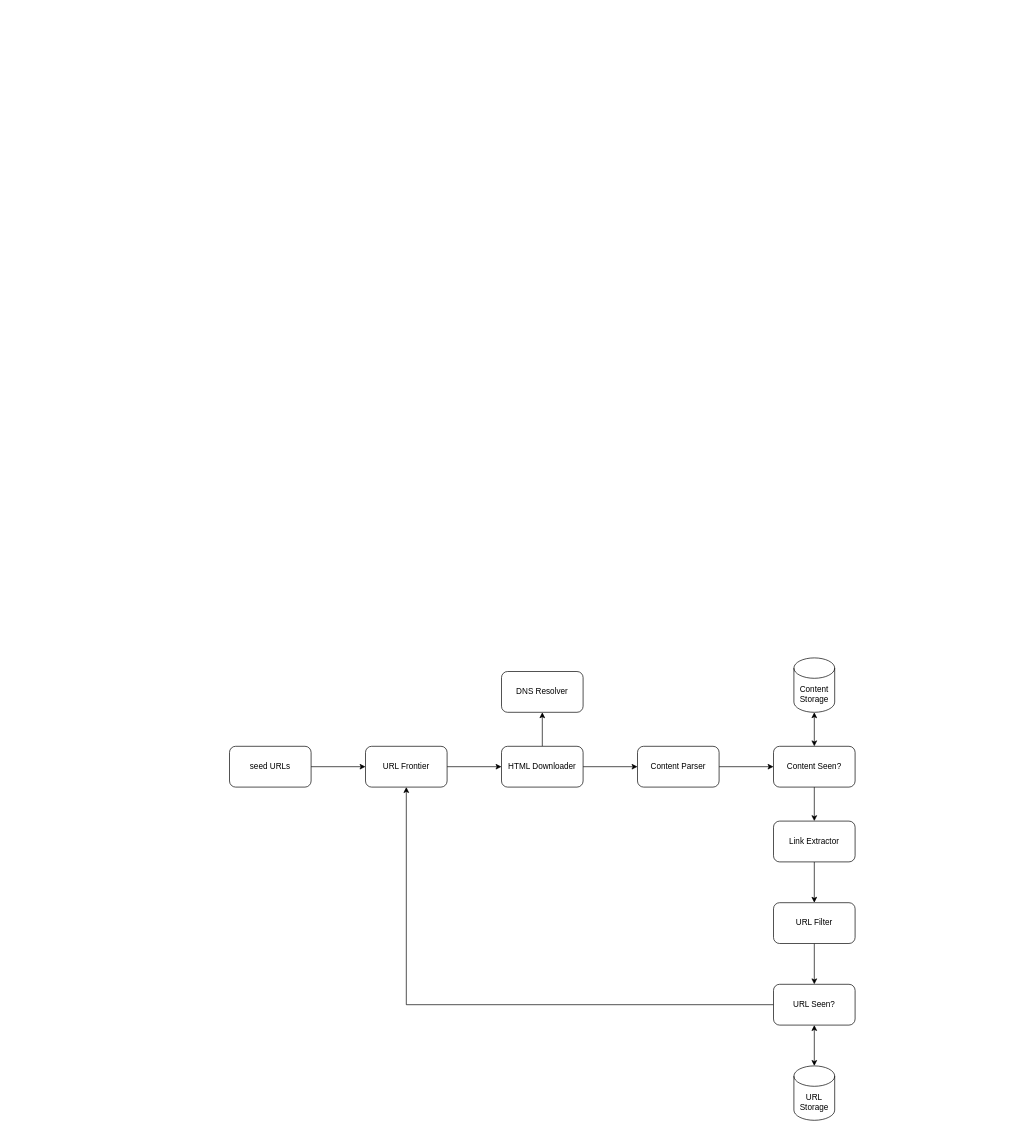
Above: web_crawler.drawio in da0p/diagram-notes (draw.io), before the change. Source tidied: cells renumbered, new cells numbered last; positions are measured from the earlier drawing's top-left corner, leaving out a move shared by most shapes. Both pictures are drawn from the tidied source at 68%, with x=0, y=0 at pixel (229, 658).
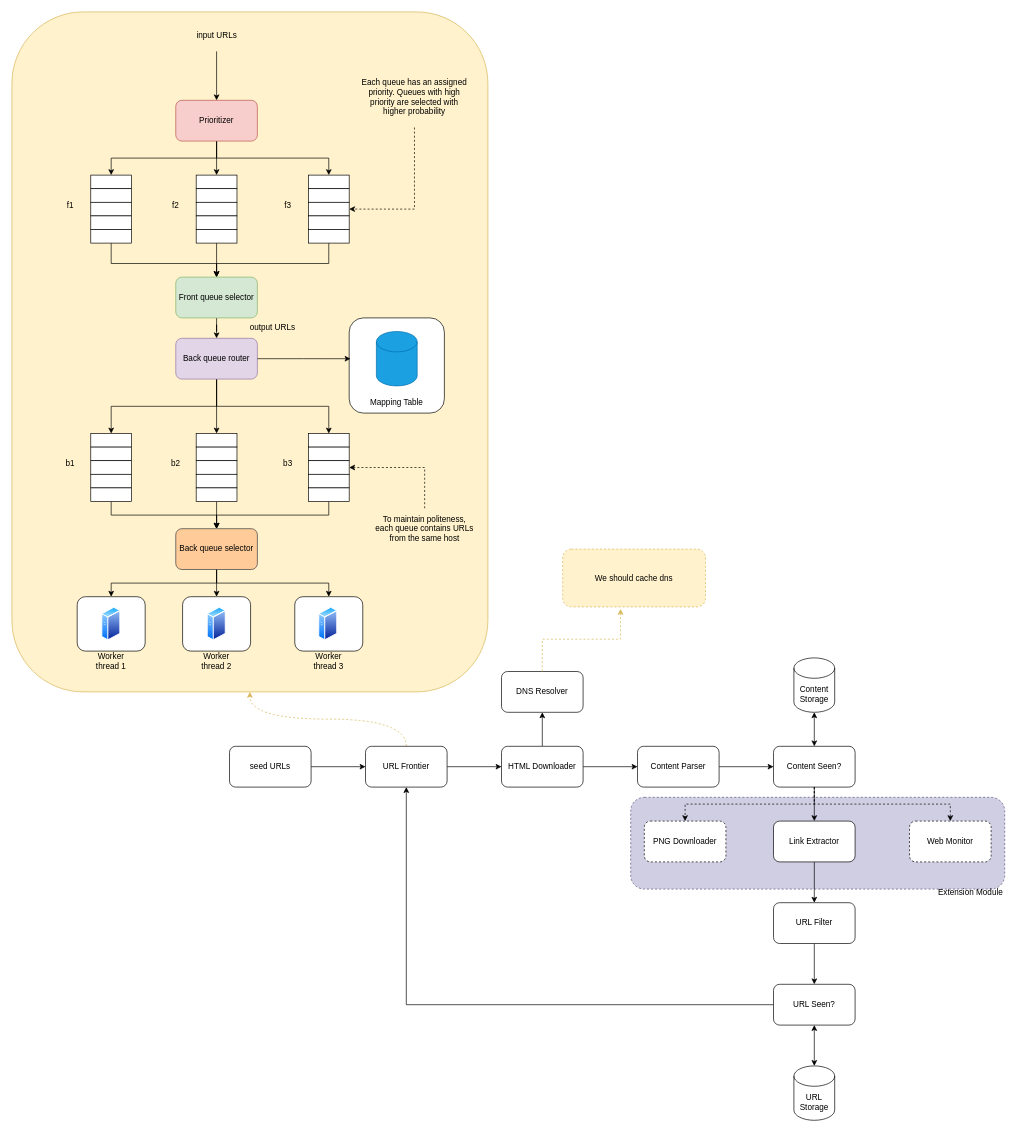
After the change.

The change refers to these unchanged cells:
```xml
<mxCell id="5" value="URL Frontier" style="rounded=1;whiteSpace=wrap;html=1;" parent="1" vertex="1">
  <mxGeometry x="200" y="130" width="120" height="60" as="geometry" />
</mxCell>
<mxCell id="12" value="Content Seen?" style="rounded=1;whiteSpace=wrap;html=1;" parent="1" vertex="1">
  <mxGeometry x="800" y="130" width="120" height="60" as="geometry" />
</mxCell>
<mxCell id="13" value="DNS Resolver" style="rounded=1;whiteSpace=wrap;html=1;" parent="1" vertex="1">
  <mxGeometry x="400" y="20" width="120" height="60" as="geometry" />
</mxCell>
```

Diff of the diagram source:
```diff
@@
+    <mxCell id="24" style="rounded=1;whiteSpace=wrap;html=1;fillColor=#d0cee2;strokeColor=#56517e;dashed=1;" parent="1" vertex="1">
+      <mxGeometry x="590" y="205" width="550" height="135" as="geometry" />
+    </mxCell>
+    <mxCell id="25" style="rounded=1;whiteSpace=wrap;html=1;fillColor=#fff2cc;strokeColor=#d6b656;fillStyle=auto;" parent="1" vertex="1">
+      <mxGeometry x="-320" y="-950" width="700" height="1000" as="geometry" />
+    </mxCell>
+    <mxCell id="26" style="rounded=1;whiteSpace=wrap;html=1;" parent="1" vertex="1">
+      <mxGeometry x="96" y="-90" width="100" height="80" as="geometry" />
+    </mxCell>
+    <mxCell id="27" style="rounded=1;whiteSpace=wrap;html=1;" parent="1" vertex="1">
+      <mxGeometry x="-69" y="-90" width="100" height="80" as="geometry" />
+    </mxCell>
+    <mxCell id="28" style="rounded=1;whiteSpace=wrap;html=1;" parent="1" vertex="1">
+      <mxGeometry x="-224" y="-90" width="100" height="80" as="geometry" />
+    </mxCell>
+    <mxCell id="29" style="rounded=1;whiteSpace=wrap;html=1;" parent="1" vertex="1">
+      <mxGeometry x="176" y="-500" width="140" height="140" as="geometry" />
+    </mxCell>
@@
+    <mxCell id="30" style="edgeStyle=orthogonalEdgeStyle;rounded=0;jettySize=auto;html=1;exitX=0.5;exitY=0;exitDx=0;exitDy=0;entryX=0.5;entryY=1;entryDx=0;entryDy=0;dashed=1;curved=1;fillColor=#fff2cc;strokeColor=#d6b656;" parent="1" edge="1" source="5" target="25">
+      <mxGeometry relative="1" as="geometry" />
+    </mxCell>
@@
+    <mxCell id="31" style="edgeStyle=orthogonalEdgeStyle;rounded=0;jettySize=auto;html=1;exitX=0.5;exitY=1;exitDx=0;exitDy=0;entryX=0.5;entryY=0;entryDx=0;entryDy=0;dashed=1;" parent="1" edge="1" source="12" target="107">
+      <mxGeometry relative="1" as="geometry" />
+    </mxCell>
+    <mxCell id="32" style="edgeStyle=orthogonalEdgeStyle;rounded=0;jettySize=auto;html=1;exitX=0.5;exitY=1;exitDx=0;exitDy=0;entryX=0.5;entryY=0;entryDx=0;entryDy=0;dashed=1;" parent="1" edge="1" source="12" target="108">
+      <mxGeometry relative="1" as="geometry" />
+    </mxCell>
@@
+    <mxCell id="33" style="edgeStyle=orthogonalEdgeStyle;rounded=0;jettySize=auto;html=1;exitX=0.5;exitY=1;exitDx=0;exitDy=0;entryX=0.5;entryY=0;entryDx=0;entryDy=0;" parent="1" edge="1" source="36" target="39">
+      <mxGeometry relative="1" as="geometry" />
+    </mxCell>
+    <mxCell id="34" style="edgeStyle=orthogonalEdgeStyle;rounded=0;jettySize=auto;html=1;exitX=0.5;exitY=1;exitDx=0;exitDy=0;entryX=0.5;entryY=0;entryDx=0;entryDy=0;" parent="1" edge="1" source="36" target="51">
+      <mxGeometry relative="1" as="geometry" />
+    </mxCell>
+    <mxCell id="35" style="edgeStyle=orthogonalEdgeStyle;rounded=0;jettySize=auto;html=1;exitX=0.5;exitY=1;exitDx=0;exitDy=0;entryX=0.5;entryY=0;entryDx=0;entryDy=0;" parent="1" edge="1" source="36" target="45">
+      <mxGeometry relative="1" as="geometry" />
+    </mxCell>
+    <mxCell id="36" value="Prioritizer" style="rounded=1;whiteSpace=wrap;html=1;fillColor=#f8cecc;strokeColor=#b85450;" parent="1" vertex="1">
+      <mxGeometry x="-79" y="-820" width="120" height="60" as="geometry" />
+    </mxCell>
+    <mxCell id="37" style="endArrow=classic;html=1;rounded=0;entryX=0.5;entryY=0;entryDx=0;entryDy=0;exitX=0.5;exitY=0.189;exitDx=0;exitDy=0;exitPerimeter=0;" parent="1" edge="1" target="36">
+      <mxGeometry relative="1" as="geometry">
+        <mxPoint x="-19" y="-892" as="sourcePoint" />
+      </mxGeometry>
+    </mxCell>
+    <mxCell id="38" value="input URLs" style="text;html=1;align=center;verticalAlign=middle;whiteSpace=wrap;rounded=0;" parent="1" vertex="1">
+      <mxGeometry x="-61.5" y="-930" width="85" height="30" as="geometry" />
+    </mxCell>
+    <mxCell id="39" style="rounded=0;whiteSpace=wrap;html=1;" parent="1" vertex="1">
+      <mxGeometry x="-49" y="-710" width="60" height="20" as="geometry" />
+    </mxCell>
+    <mxCell id="40" style="rounded=0;whiteSpace=wrap;html=1;" parent="1" vertex="1">
+      <mxGeometry x="-49" y="-690" width="60" height="20" as="geometry" />
+    </mxCell>
+    <mxCell id="41" style="rounded=0;whiteSpace=wrap;html=1;" parent="1" vertex="1">
+      <mxGeometry x="-49" y="-670" width="60" height="20" as="geometry" />
+    </mxCell>
+    <mxCell id="42" style="rounded=0;whiteSpace=wrap;html=1;" parent="1" vertex="1">
+      <mxGeometry x="-49" y="-650" width="60" height="20" as="geometry" />
+    </mxCell>
+    <mxCell id="43" style="edgeStyle=orthogonalEdgeStyle;rounded=0;jettySize=auto;html=1;" parent="1" edge="1" source="44" target="61">
+      <mxGeometry relative="1" as="geometry" />
+    </mxCell>
+    <mxCell id="44" style="rounded=0;whiteSpace=wrap;html=1;" parent="1" vertex="1">
+      <mxGeometry x="-49" y="-630" width="60" height="20" as="geometry" />
+    </mxCell>
+    <mxCell id="45" style="rounded=0;whiteSpace=wrap;html=1;" parent="1" vertex="1">
+      <mxGeometry x="116" y="-710" width="60" height="20" as="geometry" />
+    </mxCell>
+    <mxCell id="46" style="rounded=0;whiteSpace=wrap;html=1;" parent="1" vertex="1">
+      <mxGeometry x="116" y="-690" width="60" height="20" as="geometry" />
+    </mxCell>
+    <mxCell id="47" style="rounded=0;whiteSpace=wrap;html=1;" parent="1" vertex="1">
+      <mxGeometry x="116" y="-670" width="60" height="20" as="geometry" />
+    </mxCell>
+    <mxCell id="48" style="rounded=0;whiteSpace=wrap;html=1;" parent="1" vertex="1">
+      <mxGeometry x="116" y="-650" width="60" height="20" as="geometry" />
+    </mxCell>
+    <mxCell id="49" style="edgeStyle=orthogonalEdgeStyle;rounded=0;jettySize=auto;html=1;entryX=0.5;entryY=0;entryDx=0;entryDy=0;" parent="1" edge="1" source="50" target="61">
+      <mxGeometry relative="1" as="geometry">
+        <Array as="points">
+          <mxPoint x="146" y="-580" />
+          <mxPoint x="-19" y="-580" />
+        </Array>
+      </mxGeometry>
+    </mxCell>
+    <mxCell id="50" style="rounded=0;whiteSpace=wrap;html=1;" parent="1" vertex="1">
+      <mxGeometry x="116" y="-630" width="60" height="20" as="geometry" />
+    </mxCell>
+    <mxCell id="51" style="rounded=0;whiteSpace=wrap;html=1;" parent="1" vertex="1">
+      <mxGeometry x="-204" y="-710" width="60" height="20" as="geometry" />
+    </mxCell>
+    <mxCell id="52" style="rounded=0;whiteSpace=wrap;html=1;" parent="1" vertex="1">
+      <mxGeometry x="-204" y="-690" width="60" height="20" as="geometry" />
+    </mxCell>
+    <mxCell id="53" style="rounded=0;whiteSpace=wrap;html=1;" parent="1" vertex="1">
+      <mxGeometry x="-204" y="-670" width="60" height="20" as="geometry" />
+    </mxCell>
+    <mxCell id="54" style="rounded=0;whiteSpace=wrap;html=1;" parent="1" vertex="1">
+      <mxGeometry x="-204" y="-650" width="60" height="20" as="geometry" />
+    </mxCell>
+    <mxCell id="55" style="edgeStyle=orthogonalEdgeStyle;rounded=0;jettySize=auto;html=1;exitX=0.5;exitY=1;exitDx=0;exitDy=0;entryX=0.5;entryY=0;entryDx=0;entryDy=0;" parent="1" edge="1" source="56" target="61">
+      <mxGeometry relative="1" as="geometry">
+        <Array as="points">
+          <mxPoint x="-174" y="-580" />
+          <mxPoint x="-19" y="-580" />
+        </Array>
+      </mxGeometry>
+    </mxCell>
+    <mxCell id="56" style="rounded=0;whiteSpace=wrap;html=1;" parent="1" vertex="1">
+      <mxGeometry x="-204" y="-630" width="60" height="20" as="geometry" />
+    </mxCell>
+    <mxCell id="57" value="f1" style="text;html=1;align=center;verticalAlign=middle;whiteSpace=wrap;rounded=0;" parent="1" vertex="1">
+      <mxGeometry x="-264" y="-680" width="60" height="30" as="geometry" />
+    </mxCell>
+    <mxCell id="58" value="f2" style="text;html=1;align=center;verticalAlign=middle;whiteSpace=wrap;rounded=0;" parent="1" vertex="1">
+      <mxGeometry x="-109" y="-680" width="60" height="30" as="geometry" />
+    </mxCell>
+    <mxCell id="59" value="f3" style="text;html=1;align=center;verticalAlign=middle;whiteSpace=wrap;rounded=0;" parent="1" vertex="1">
+      <mxGeometry x="56" y="-680" width="60" height="30" as="geometry" />
+    </mxCell>
+    <mxCell id="60" style="edgeStyle=orthogonalEdgeStyle;rounded=0;jettySize=auto;html=1;" parent="1" edge="1" source="61" target="65">
+      <mxGeometry relative="1" as="geometry" />
+    </mxCell>
+    <mxCell id="61" value="Front queue selector" style="rounded=1;whiteSpace=wrap;html=1;fillColor=#d5e8d4;strokeColor=#82b366;" parent="1" vertex="1">
+      <mxGeometry x="-79" y="-560" width="120" height="60" as="geometry" />
+    </mxCell>
+    <mxCell id="62" style="edgeStyle=orthogonalEdgeStyle;rounded=0;jettySize=auto;html=1;exitX=0.5;exitY=1;exitDx=0;exitDy=0;entryX=0.5;entryY=0;entryDx=0;entryDy=0;" parent="1" edge="1" source="65" target="82">
+      <mxGeometry relative="1" as="geometry" />
+    </mxCell>
+    <mxCell id="63" style="edgeStyle=orthogonalEdgeStyle;rounded=0;jettySize=auto;html=1;exitX=0.5;exitY=1;exitDx=0;exitDy=0;entryX=0.5;entryY=0;entryDx=0;entryDy=0;" parent="1" edge="1" source="65" target="70">
+      <mxGeometry relative="1" as="geometry" />
+    </mxCell>
+    <mxCell id="64" style="edgeStyle=orthogonalEdgeStyle;rounded=0;jettySize=auto;html=1;exitX=0.5;exitY=1;exitDx=0;exitDy=0;entryX=0.5;entryY=0;entryDx=0;entryDy=0;" parent="1" edge="1" source="65" target="76">
+      <mxGeometry relative="1" as="geometry" />
+    </mxCell>
+    <mxCell id="65" value="Back queue router" style="rounded=1;whiteSpace=wrap;html=1;fillColor=#e1d5e7;strokeColor=#9673a6;" parent="1" vertex="1">
+      <mxGeometry x="-79" y="-470" width="120" height="60" as="geometry" />
+    </mxCell>
+    <mxCell id="66" value="output URLs" style="text;html=1;align=center;verticalAlign=middle;whiteSpace=wrap;rounded=0;" parent="1" vertex="1">
+      <mxGeometry x="11" y="-500" width="105" height="30" as="geometry" />
+    </mxCell>
+    <mxCell id="67" style="shape=cylinder3;whiteSpace=wrap;html=1;boundedLbl=1;backgroundOutline=1;size=15;fillColor=#1ba1e2;fontColor=#ffffff;strokeColor=#006EAF;" parent="1" vertex="1">
+      <mxGeometry x="216" y="-480" width="60" height="80" as="geometry" />
+    </mxCell>
+    <mxCell id="68" value="Mapping Table" style="text;html=1;align=center;verticalAlign=middle;whiteSpace=wrap;rounded=0;" parent="1" vertex="1">
+      <mxGeometry x="201" y="-390" width="90" height="30" as="geometry" />
+    </mxCell>
+    <mxCell id="69" style="edgeStyle=orthogonalEdgeStyle;rounded=0;jettySize=auto;html=1;exitX=1;exitY=0.5;exitDx=0;exitDy=0;entryX=0.014;entryY=0.429;entryDx=0;entryDy=0;entryPerimeter=0;" parent="1" edge="1" source="65" target="29">
+      <mxGeometry relative="1" as="geometry" />
+    </mxCell>
+    <mxCell id="70" style="rounded=0;whiteSpace=wrap;html=1;" parent="1" vertex="1">
+      <mxGeometry x="-49" y="-330" width="60" height="20" as="geometry" />
+    </mxCell>
+    <mxCell id="71" style="rounded=0;whiteSpace=wrap;html=1;" parent="1" vertex="1">
+      <mxGeometry x="-49" y="-310" width="60" height="20" as="geometry" />
+    </mxCell>
+    <mxCell id="72" style="rounded=0;whiteSpace=wrap;html=1;" parent="1" vertex="1">
+      <mxGeometry x="-49" y="-290" width="60" height="20" as="geometry" />
+    </mxCell>
+    <mxCell id="73" style="rounded=0;whiteSpace=wrap;html=1;" parent="1" vertex="1">
+      <mxGeometry x="-49" y="-270" width="60" height="20" as="geometry" />
+    </mxCell>
+    <mxCell id="74" style="edgeStyle=orthogonalEdgeStyle;rounded=0;jettySize=auto;html=1;exitX=0.5;exitY=1;exitDx=0;exitDy=0;entryX=0.5;entryY=0;entryDx=0;entryDy=0;" parent="1" edge="1" source="75" target="93">
+      <mxGeometry relative="1" as="geometry" />
+    </mxCell>
+    <mxCell id="75" style="rounded=0;whiteSpace=wrap;html=1;" parent="1" vertex="1">
+      <mxGeometry x="-49" y="-250" width="60" height="20" as="geometry" />
+    </mxCell>
+    <mxCell id="76" style="rounded=0;whiteSpace=wrap;html=1;" parent="1" vertex="1">
+      <mxGeometry x="116" y="-330" width="60" height="20" as="geometry" />
+    </mxCell>
+    <mxCell id="77" style="rounded=0;whiteSpace=wrap;html=1;" parent="1" vertex="1">
+      <mxGeometry x="116" y="-310" width="60" height="20" as="geometry" />
+    </mxCell>
+    <mxCell id="78" style="rounded=0;whiteSpace=wrap;html=1;" parent="1" vertex="1">
+      <mxGeometry x="116" y="-290" width="60" height="20" as="geometry" />
+    </mxCell>
+    <mxCell id="79" style="rounded=0;whiteSpace=wrap;html=1;" parent="1" vertex="1">
+      <mxGeometry x="116" y="-270" width="60" height="20" as="geometry" />
+    </mxCell>
+    <mxCell id="80" style="edgeStyle=orthogonalEdgeStyle;rounded=0;jettySize=auto;html=1;exitX=0.5;exitY=1;exitDx=0;exitDy=0;entryX=0.5;entryY=0;entryDx=0;entryDy=0;" parent="1" edge="1" source="81" target="93">
+      <mxGeometry relative="1" as="geometry" />
+    </mxCell>
+    <mxCell id="81" style="rounded=0;whiteSpace=wrap;html=1;" parent="1" vertex="1">
+      <mxGeometry x="116" y="-250" width="60" height="20" as="geometry" />
+    </mxCell>
+    <mxCell id="82" style="rounded=0;whiteSpace=wrap;html=1;" parent="1" vertex="1">
+      <mxGeometry x="-204" y="-330" width="60" height="20" as="geometry" />
+    </mxCell>
+    <mxCell id="83" style="rounded=0;whiteSpace=wrap;html=1;" parent="1" vertex="1">
+      <mxGeometry x="-204" y="-310" width="60" height="20" as="geometry" />
+    </mxCell>
+    <mxCell id="84" style="rounded=0;whiteSpace=wrap;html=1;" parent="1" vertex="1">
+      <mxGeometry x="-204" y="-290" width="60" height="20" as="geometry" />
+    </mxCell>
+    <mxCell id="85" style="rounded=0;whiteSpace=wrap;html=1;" parent="1" vertex="1">
+      <mxGeometry x="-204" y="-270" width="60" height="20" as="geometry" />
+    </mxCell>
+    <mxCell id="86" style="edgeStyle=orthogonalEdgeStyle;rounded=0;jettySize=auto;html=1;exitX=0.5;exitY=1;exitDx=0;exitDy=0;entryX=0.5;entryY=0;entryDx=0;entryDy=0;" parent="1" edge="1" source="87" target="93">
+      <mxGeometry relative="1" as="geometry" />
+    </mxCell>
+    <mxCell id="87" style="rounded=0;whiteSpace=wrap;html=1;" parent="1" vertex="1">
+      <mxGeometry x="-204" y="-250" width="60" height="20" as="geometry" />
+    </mxCell>
+    <mxCell id="88" value="b2" style="text;html=1;align=center;verticalAlign=middle;whiteSpace=wrap;rounded=0;" parent="1" vertex="1">
+      <mxGeometry x="-109" y="-300" width="60" height="30" as="geometry" />
+    </mxCell>
+    <mxCell id="89" value="b3" style="text;html=1;align=center;verticalAlign=middle;whiteSpace=wrap;rounded=0;" parent="1" vertex="1">
+      <mxGeometry x="56" y="-300" width="60" height="30" as="geometry" />
+    </mxCell>
+    <mxCell id="90" value="b1" style="text;html=1;align=center;verticalAlign=middle;whiteSpace=wrap;rounded=0;" parent="1" vertex="1">
+      <mxGeometry x="-264" y="-300" width="60" height="30" as="geometry" />
+    </mxCell>
+    <mxCell id="91" style="edgeStyle=orthogonalEdgeStyle;rounded=0;jettySize=auto;html=1;exitX=0.5;exitY=1;exitDx=0;exitDy=0;entryX=0.5;entryY=0;entryDx=0;entryDy=0;" parent="1" edge="1" source="93" target="28">
+      <mxGeometry relative="1" as="geometry" />
+    </mxCell>
+    <mxCell id="92" style="edgeStyle=orthogonalEdgeStyle;rounded=0;jettySize=auto;html=1;exitX=0.5;exitY=1;exitDx=0;exitDy=0;entryX=0.5;entryY=0;entryDx=0;entryDy=0;" parent="1" edge="1" source="93" target="26">
+      <mxGeometry relative="1" as="geometry" />
+    </mxCell>
+    <mxCell id="93" value="Back queue selector" style="rounded=1;whiteSpace=wrap;html=1;fillColor=#ffcc99;strokeColor=#36393d;" parent="1" vertex="1">
+      <mxGeometry x="-79" y="-190" width="120" height="60" as="geometry" />
+    </mxCell>
+    <mxCell id="94" style="image;perimeter=ellipsePerimeter;html=1;align=center;shadow=0;dashed=0;spacingTop=3;image=img/lib/active_directory/generic_server.svg;" parent="1" vertex="1">
+      <mxGeometry x="-188" y="-75" width="28" height="50" as="geometry" />
+    </mxCell>
+    <mxCell id="95" style="image;perimeter=ellipsePerimeter;html=1;align=center;shadow=0;dashed=0;spacingTop=3;image=img/lib/active_directory/generic_server.svg;" parent="1" vertex="1">
+      <mxGeometry x="-33" y="-75" width="28" height="50" as="geometry" />
+    </mxCell>
+    <mxCell id="96" style="image;perimeter=ellipsePerimeter;html=1;align=center;shadow=0;dashed=0;spacingTop=3;image=img/lib/active_directory/generic_server.svg;" parent="1" vertex="1">
+      <mxGeometry x="131" y="-75" width="28" height="50" as="geometry" />
+    </mxCell>
+    <mxCell id="97" style="endArrow=classic;html=1;rounded=0;exitX=0.5;exitY=1;exitDx=0;exitDy=0;entryX=0.5;entryY=0;entryDx=0;entryDy=0;" parent="1" edge="1" source="93" target="27">
+      <mxGeometry relative="1" as="geometry" />
+    </mxCell>
+    <mxCell id="98" value="Worker thread 1" style="text;html=1;align=center;verticalAlign=middle;whiteSpace=wrap;rounded=0;" parent="1" vertex="1">
+      <mxGeometry x="-204" y="-10" width="60" height="30" as="geometry" />
+    </mxCell>
+    <mxCell id="99" value="Worker thread 2" style="text;html=1;align=center;verticalAlign=middle;whiteSpace=wrap;rounded=0;" parent="1" vertex="1">
+      <mxGeometry x="-49" y="-10" width="60" height="30" as="geometry" />
+    </mxCell>
+    <mxCell id="100" value="Worker thread 3" style="text;html=1;align=center;verticalAlign=middle;whiteSpace=wrap;rounded=0;" parent="1" vertex="1">
+      <mxGeometry x="116" y="-10" width="60" height="30" as="geometry" />
+    </mxCell>
+    <mxCell id="101" style="edgeStyle=orthogonalEdgeStyle;rounded=0;jettySize=auto;html=1;exitX=0.5;exitY=0;exitDx=0;exitDy=0;entryX=1;entryY=0.5;entryDx=0;entryDy=0;dashed=1;" parent="1" edge="1" source="102" target="78">
+      <mxGeometry relative="1" as="geometry" />
+    </mxCell>
+    <mxCell id="102" value="To maintain politeness,&lt;br&gt;each queue contains URLs from the same host" style="text;html=1;align=center;verticalAlign=middle;whiteSpace=wrap;rounded=0;" parent="1" vertex="1">
+      <mxGeometry x="210" y="-220" width="154" height="60" as="geometry" />
+    </mxCell>
+    <mxCell id="103" style="edgeStyle=orthogonalEdgeStyle;rounded=0;jettySize=auto;html=1;entryX=1;entryY=0.5;entryDx=0;entryDy=0;exitX=0.5;exitY=1;exitDx=0;exitDy=0;dashed=1;" parent="1" edge="1" source="104" target="47">
+      <mxGeometry relative="1" as="geometry" />
+    </mxCell>
+    <mxCell id="104" value="Each queue has an assigned priority. Queues with high priority are selected with higher probability" style="text;html=1;align=center;verticalAlign=middle;whiteSpace=wrap;rounded=0;" parent="1" vertex="1">
+      <mxGeometry x="190" y="-870" width="164" height="90" as="geometry" />
+    </mxCell>
+    <mxCell id="105" value="We should cache dns" style="rounded=1;whiteSpace=wrap;html=1;fillColor=#fff2cc;strokeColor=#d6b656;dashed=1;" parent="1" vertex="1">
+      <mxGeometry x="490" y="-160" width="210" height="85" as="geometry" />
+    </mxCell>
+    <mxCell id="106" style="edgeStyle=orthogonalEdgeStyle;rounded=0;jettySize=auto;html=1;exitX=0.5;exitY=0;exitDx=0;exitDy=0;entryX=0.405;entryY=1.036;entryDx=0;entryDy=0;entryPerimeter=0;dashed=1;fillColor=#fff2cc;strokeColor=#d6b656;" parent="1" edge="1" source="13" target="105">
+      <mxGeometry relative="1" as="geometry" />
+    </mxCell>
+    <mxCell id="107" value="PNG Downloader" style="rounded=1;whiteSpace=wrap;html=1;dashed=1;" parent="1" vertex="1">
+      <mxGeometry x="610" y="240" width="120" height="60" as="geometry" />
+    </mxCell>
+    <mxCell id="108" value="Web Monitor" style="rounded=1;whiteSpace=wrap;html=1;dashed=1;" parent="1" vertex="1">
+      <mxGeometry x="1000" y="240" width="120" height="60" as="geometry" />
+    </mxCell>
+    <mxCell id="109" value="Extension Module" style="text;html=1;align=center;verticalAlign=middle;whiteSpace=wrap;rounded=0;" parent="1" vertex="1">
+      <mxGeometry x="1030" y="330" width="120" height="30" as="geometry" />
+    </mxCell>
```
